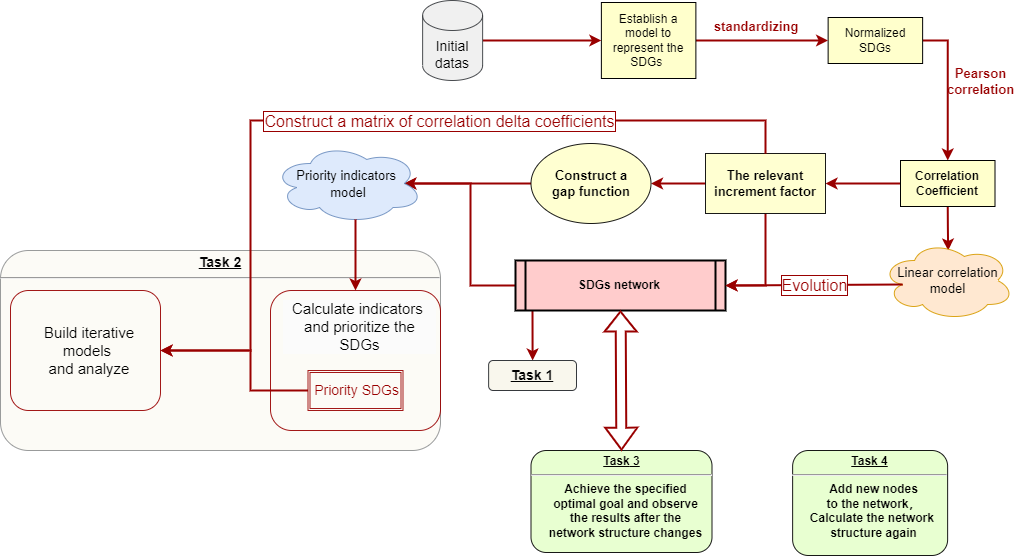
JYbrucEupup/zip keeps this draw.io diagram as 未命名绘图.drawio.png. Above is the earlier version. Source tidied: cells renumbered, new cells last; positions are measured from the earlier drawing's top-left corner, leaving out a move shared by most shapes.
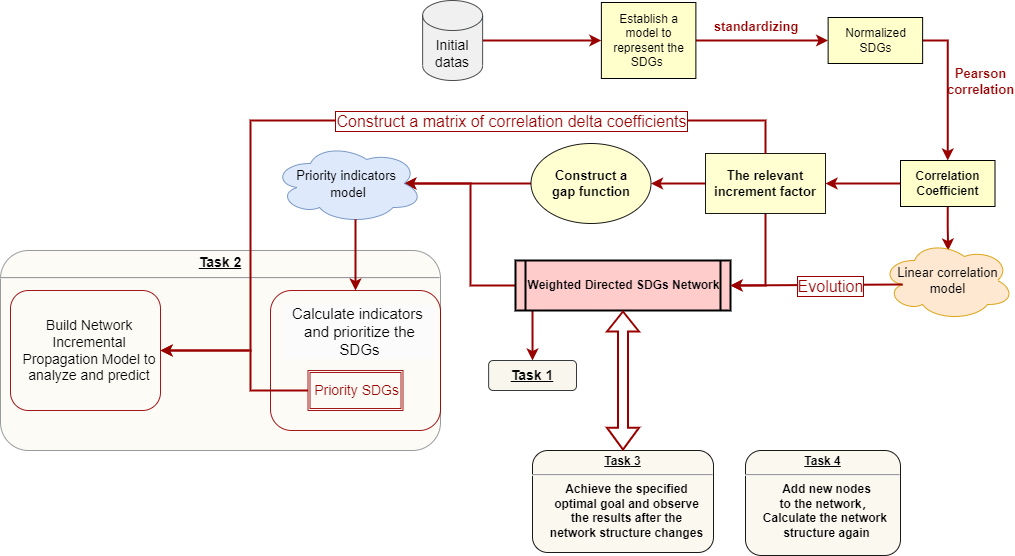
The same diagram one commit later.

Commit message:
更新未命名绘图.drawio.png

What changed in the source:
```diff
@@ -31,14 +31,14 @@
         </Array>
       </mxGeometry>
     </mxCell>
-    <mxCell id="8" value="SDGs network" style="shape=process;whiteSpace=wrap;align=center;verticalAlign=middle;size=0.0475;fontStyle=1;strokeWidth=2;fillColor=#FFCCCC;" parent="1" vertex="1">
-      <mxGeometry x="515" y="260" width="210" height="50" as="geometry" />
+    <mxCell id="8" value="Weighted Directed SDGs Network" style="shape=process;whiteSpace=wrap;align=center;verticalAlign=middle;size=0.0475;fontStyle=1;strokeWidth=2;fillColor=#FFCCCC;" parent="1" vertex="1">
+      <mxGeometry x="515" y="260" width="215" height="50" as="geometry" />
     </mxCell>
-    <mxCell id="9" value="&lt;p style=&quot;margin: 4px 0px 0px; text-align: center;&quot;&gt;&lt;strong style=&quot;&quot;&gt;&lt;u&gt;&lt;strong style=&quot;&quot;&gt;Task&lt;/strong&gt; 3&lt;/u&gt;&lt;br&gt;&lt;/strong&gt;&lt;/p&gt;&lt;hr&gt;&lt;p style=&quot;margin: 0px; margin-left: 8px;&quot;&gt;Achieve the specified&lt;/p&gt;&lt;p style=&quot;margin: 0px; margin-left: 8px;&quot;&gt;optimal goal and observe&lt;/p&gt;&lt;p style=&quot;margin: 0px; margin-left: 8px;&quot;&gt;the results after the&lt;/p&gt;&lt;p style=&quot;margin: 0px; margin-left: 8px;&quot;&gt;network structure changes&lt;/p&gt;" style="verticalAlign=middle;align=center;overflow=fill;fontSize=12;fontFamily=Helvetica;html=1;rounded=1;fontStyle=1;strokeWidth=1;fillColor=#E6FFCC;opacity=90;" parent="1" vertex="1">
-      <mxGeometry x="530.5" y="450" width="181" height="102" as="geometry" />
+    <mxCell id="9" value="&lt;p style=&quot;margin: 4px 0px 0px; text-align: center;&quot;&gt;&lt;strong style=&quot;&quot;&gt;&lt;u&gt;&lt;strong style=&quot;&quot;&gt;Task&lt;/strong&gt; 3&lt;/u&gt;&lt;br&gt;&lt;/strong&gt;&lt;/p&gt;&lt;hr&gt;&lt;p style=&quot;margin: 0px; margin-left: 8px;&quot;&gt;Achieve the specified&lt;/p&gt;&lt;p style=&quot;margin: 0px; margin-left: 8px;&quot;&gt;optimal goal and observe&lt;/p&gt;&lt;p style=&quot;margin: 0px; margin-left: 8px;&quot;&gt;the results after the&lt;/p&gt;&lt;p style=&quot;margin: 0px; margin-left: 8px;&quot;&gt;network structure changes&lt;/p&gt;" style="verticalAlign=middle;align=center;overflow=fill;fontSize=12;fontFamily=Helvetica;html=1;rounded=1;fontStyle=1;strokeWidth=1;fillColor=#F9F7ED;opacity=90;" parent="1" vertex="1">
+      <mxGeometry x="532" y="450" width="181" height="102" as="geometry" />
     </mxCell>
-    <mxCell id="10" value="&lt;p style=&quot;margin: 0px; margin-top: 4px; text-align: center; text-decoration: underline;&quot;&gt;&lt;strong&gt;Task 4&lt;br&gt;&lt;/strong&gt;&lt;/p&gt;&lt;hr&gt;&lt;p style=&quot;margin: 0px; margin-left: 8px;&quot;&gt;Add new nodes&lt;/p&gt;&lt;p style=&quot;margin: 0px; margin-left: 8px;&quot;&gt;to the network，&lt;/p&gt;&lt;p style=&quot;margin: 0px; margin-left: 8px;&quot;&gt;Calculate the network&amp;nbsp;&lt;/p&gt;&lt;p style=&quot;margin: 0px; margin-left: 8px;&quot;&gt;structure again&lt;/p&gt;" style="verticalAlign=middle;align=center;overflow=fill;fontSize=12;fontFamily=Helvetica;html=1;rounded=1;fontStyle=1;strokeWidth=1;fillColor=#E6FFCC;opacity=90;" parent="1" vertex="1">
-      <mxGeometry x="792.1" y="450" width="155" height="105" as="geometry" />
+    <mxCell id="10" value="&lt;p style=&quot;margin: 0px; margin-top: 4px; text-align: center; text-decoration: underline;&quot;&gt;&lt;strong&gt;Task 4&lt;br&gt;&lt;/strong&gt;&lt;/p&gt;&lt;hr&gt;&lt;p style=&quot;margin: 0px; margin-left: 8px;&quot;&gt;Add new nodes&lt;/p&gt;&lt;p style=&quot;margin: 0px; margin-left: 8px;&quot;&gt;to the network，&lt;/p&gt;&lt;p style=&quot;margin: 0px; margin-left: 8px;&quot;&gt;Calculate the network&amp;nbsp;&lt;/p&gt;&lt;p style=&quot;margin: 0px; margin-left: 8px;&quot;&gt;structure again&lt;/p&gt;" style="verticalAlign=middle;align=center;overflow=fill;fontSize=12;fontFamily=Helvetica;html=1;rounded=1;fontStyle=1;strokeWidth=1;fillColor=#F9F7ED;opacity=90;" parent="1" vertex="1">
+      <mxGeometry x="745" y="450" width="155" height="105" as="geometry" />
     </mxCell>
     <mxCell id="11" value="standardizing" style="text;spacingTop=-5;align=center;fontColor=#990000;fontSize=13;fontStyle=1;" parent="1" vertex="1">
       <mxGeometry x="741.1" y="17" width="30" height="20" as="geometry" />
@@ -80,7 +80,9 @@
       <mxGeometry relative="1" as="geometry" />
     </mxCell>
     <mxCell id="24" value="&lt;font style=&quot;font-size: 16px;&quot;&gt;Evolution&lt;/font&gt;" style="edgeLabel;html=1;align=center;verticalAlign=middle;labelBackgroundColor=default;labelBorderColor=#990000;strokeColor=#000000;strokeWidth=1;fontSize=16;fontColor=#990000;fillColor=#FFFFCC;opacity=90;spacing=2;spacingTop=0;" parent="23" vertex="1">
-      <mxGeometry relative="1" as="geometry" />
+      <mxGeometry relative="1" as="geometry">
+        <mxPoint x="14" y="1" as="offset" />
+      </mxGeometry>
     </mxCell>
     <mxCell id="25" value="&lt;font style=&quot;font-size: 13px;&quot;&gt;Priority&amp;nbsp;indicators&amp;nbsp;&lt;br&gt;model&lt;/font&gt;" style="ellipse;shape=cloud;whiteSpace=wrap;html=1;labelBackgroundColor=none;labelBorderColor=none;strokeColor=#6c8ebf;strokeWidth=1;fontSize=14;fillColor=#dae8fc;opacity=90;" parent="1" vertex="1">
       <mxGeometry x="272.5" y="143" width="150" height="80" as="geometry" />
@@ -94,7 +96,7 @@
     <mxCell id="28" value="&lt;p style=&quot;margin: 0px; margin-top: 4px; text-align: center; text-decoration: underline;&quot;&gt;&lt;strong&gt;&lt;font style=&quot;font-size: 14px;&quot;&gt;Task 2&lt;/font&gt;&lt;br&gt;&lt;/strong&gt;&lt;/p&gt;&lt;hr&gt;&lt;p style=&quot;margin: 0px 0px 0px 8px; font-size: 15px;&quot;&gt;&lt;br&gt;&lt;/p&gt;" style="verticalAlign=middle;align=center;overflow=fill;fontSize=12;fontFamily=Helvetica;html=1;rounded=1;fontStyle=1;strokeWidth=1;fillColor=#F9F7ED;arcSize=14;opacity=50;strokeColor=#36393d;" parent="1" vertex="1">
       <mxGeometry y="250" width="440" height="200" as="geometry" />
     </mxCell>
-    <mxCell id="29" value="&lt;p style=&quot;border-color: var(--border-color); color: rgb(0, 0, 0); font-weight: 700; margin: 0px 0px 0px 8px; font-size: 15px;&quot;&gt;&lt;font style=&quot;border-color: var(--border-color); font-weight: normal;&quot;&gt;Build iterative models&amp;nbsp;&lt;/font&gt;&lt;/p&gt;&lt;p style=&quot;border-color: var(--border-color); color: rgb(0, 0, 0); font-weight: 700; margin: 0px 0px 0px 8px; font-size: 15px;&quot;&gt;&lt;font style=&quot;border-color: var(--border-color); font-weight: normal;&quot;&gt;and analyze&lt;/font&gt;&lt;/p&gt;" style="rounded=1;whiteSpace=wrap;html=1;labelBackgroundColor=none;labelBorderColor=none;strokeColor=#990000;strokeWidth=1;fontSize=14;fontColor=#990000;fillColor=none;opacity=90;" parent="1" vertex="1">
+    <mxCell id="29" value="&lt;p style=&quot;border-color: var(--border-color); margin: 0px 0px 0px 8px;&quot;&gt;&lt;font style=&quot;&quot; color=&quot;#000000&quot;&gt;Build Network Incremental Propagation Model&amp;nbsp;to analyze and predict&lt;/font&gt;&lt;br&gt;&lt;/p&gt;" style="rounded=1;whiteSpace=wrap;html=1;labelBackgroundColor=none;labelBorderColor=none;strokeColor=#990000;strokeWidth=1;fontSize=14;fontColor=#990000;fillColor=none;opacity=90;" parent="1" vertex="1">
       <mxGeometry x="10" y="290" width="150" height="120" as="geometry" />
     </mxCell>
     <mxCell id="30" value="&lt;p style=&quot;border-color: var(--border-color); color: rgb(0, 0, 0); font-weight: 700; margin: 0px 0px 0px 8px; font-size: 15px;&quot;&gt;&lt;br&gt;&lt;/p&gt;" style="rounded=1;whiteSpace=wrap;html=1;labelBackgroundColor=none;labelBorderColor=none;strokeColor=#990000;strokeWidth=1;fontSize=14;fontColor=#990000;fillColor=none;opacity=90;" parent="1" vertex="1">
@@ -115,7 +117,7 @@
       <mxGeometry relative="1" as="geometry" />
     </mxCell>
     <mxCell id="34" value="&#10;&lt;p style=&quot;border-color: var(--border-color); font-family: Helvetica; font-style: normal; font-variant-ligatures: normal; font-variant-caps: normal; letter-spacing: normal; orphans: 2; text-align: center; text-indent: 0px; text-transform: none; widows: 2; word-spacing: 0px; -webkit-text-stroke-width: 0px; background-color: rgb(251, 251, 251); text-decoration-thickness: initial; text-decoration-style: initial; text-decoration-color: initial; color: rgb(0, 0, 0); font-weight: 700; margin: 0px 0px 0px 8px; font-size: 15px;&quot;&gt;&lt;font style=&quot;border-color: var(--border-color); font-weight: normal;&quot;&gt;Calculate indicators&amp;nbsp;&lt;/font&gt;&lt;/p&gt;&lt;p style=&quot;border-color: var(--border-color); font-family: Helvetica; font-style: normal; font-variant-ligatures: normal; font-variant-caps: normal; letter-spacing: normal; orphans: 2; text-align: center; text-indent: 0px; text-transform: none; widows: 2; word-spacing: 0px; -webkit-text-stroke-width: 0px; background-color: rgb(251, 251, 251); text-decoration-thickness: initial; text-decoration-style: initial; text-decoration-color: initial; color: rgb(0, 0, 0); font-weight: 700; margin: 0px 0px 0px 8px; font-size: 15px;&quot;&gt;&lt;font style=&quot;border-color: var(--border-color); font-weight: normal;&quot;&gt;and prioritize the SDGs&lt;/font&gt;&lt;/p&gt;&#10;&#10;" style="whiteSpace=wrap;html=1;labelBackgroundColor=none;labelBorderColor=none;strokeWidth=1;fontSize=14;strokeColor=none;fillColor=#F9F7ED;opacity=0;gradientColor=none;rounded=0;imageAspect=1;" parent="1" vertex="1">
-      <mxGeometry x="273.8" y="320" width="162.5" height="30" as="geometry" />
+      <mxGeometry x="273.8" y="330" width="162.5" height="20" as="geometry" />
     </mxCell>
     <mxCell id="35" style="endArrow=classic;html=1;rounded=0;strokeColor=#990000;strokeWidth=2;fontSize=13;fontColor=#000000;exitX=0.5;exitY=0;exitDx=0;exitDy=0;entryX=1;entryY=0.5;entryDx=0;entryDy=0;" parent="1" edge="1" source="20" target="29">
       <mxGeometry relative="1" as="geometry">
@@ -129,7 +131,7 @@
     </mxCell>
     <mxCell id="36" value="Construct a matrix of correlation delta coefficients" style="edgeLabel;html=1;align=center;verticalAlign=middle;labelBackgroundColor=default;labelBorderColor=#990000;strokeColor=#000000;strokeWidth=1;fontSize=16;fontColor=#990000;fillColor=#FFFFCC;opacity=90;spacing=2;spacingTop=0;" parent="35" vertex="1">
       <mxGeometry relative="1" as="geometry">
-        <mxPoint x="75" as="offset" />
+        <mxPoint x="146" as="offset" />
       </mxGeometry>
     </mxCell>
     <mxCell id="37" value="&lt;font style=&quot;border-color: var(--border-color); font-weight: 700; text-decoration-line: underline;&quot;&gt;Task 1&lt;/font&gt;" style="rounded=1;whiteSpace=wrap;html=1;labelBackgroundColor=none;labelBorderColor=none;strokeColor=#36393d;strokeWidth=1;fontSize=14;fillColor=#F9F7ED;" parent="1" vertex="1">
```
